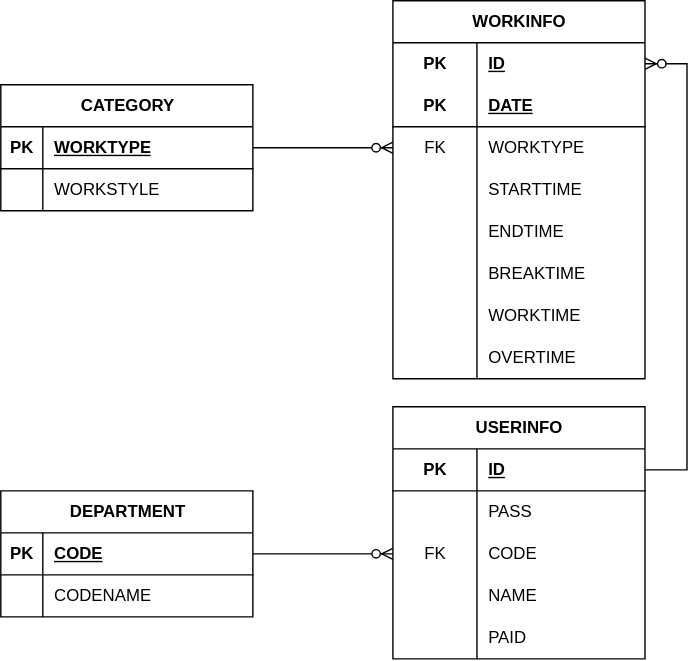
Before: 02_基本設計/ER.drawio.svg, a diagram exported from draw.io (ICT-Training-2026/team-project-15). Source tidied: cells renumbered, new cells last; positions are measured from the earlier drawing's top-left corner, leaving out a move shared by most shapes. Source of this version:
```xml
<mxGraphModel>
  <root>
    <mxCell id="0" />
    <mxCell id="1" parent="0" />
    <mxCell id="2" style="group;" parent="1" vertex="1">
      <mxGeometry width="460" height="440" as="geometry" />
    </mxCell>
    <mxCell id="3" value="CATEGORY" style="shape=table;startSize=30;rowLines=0;fontStyle=1;align=center;html=1;" parent="2" vertex="1">
      <mxGeometry y="60" width="180" height="90" as="geometry" />
    </mxCell>
    <mxCell id="4" style="shape=tableRow;horizontal=0;startSize=0;swimlaneHead=0;swimlaneBody=0;fillColor=none;points=[[0,0.5],[1,0.5]];portConstraint=eastwest;top=0;left=0;right=0;bottom=1;" parent="3" vertex="1">
      <mxGeometry y="30" width="180" height="30" as="geometry" />
    </mxCell>
    <mxCell id="5" value="PK" style="shape=partialRectangle;fillColor=none;top=0;left=0;bottom=0;right=0;fontStyle=1;overflow=hidden;whiteSpace=wrap;html=1;" parent="4" vertex="1">
      <mxGeometry width="30" height="30" as="geometry" />
    </mxCell>
    <mxCell id="6" value="WORKTYPE" style="shape=partialRectangle;fillColor=none;top=0;left=0;bottom=0;right=0;align=left;spacingLeft=6;fontStyle=5;overflow=hidden;whiteSpace=wrap;html=1;" parent="4" vertex="1">
      <mxGeometry x="30" width="150" height="30" as="geometry" />
    </mxCell>
    <mxCell id="7" style="shape=tableRow;horizontal=0;startSize=0;swimlaneHead=0;swimlaneBody=0;fillColor=none;top=0;left=0;right=0;bottom=0;" parent="3" vertex="1">
      <mxGeometry y="60" width="180" height="30" as="geometry" />
    </mxCell>
    <mxCell id="8" style="shape=partialRectangle;fillColor=none;top=0;left=0;bottom=0;right=0;overflow=hidden;whiteSpace=wrap;html=1;" parent="7" vertex="1">
      <mxGeometry width="30" height="30" as="geometry" />
    </mxCell>
    <mxCell id="9" value="WORKSTYLE" style="shape=partialRectangle;fillColor=none;top=0;left=0;bottom=0;right=0;align=left;spacingLeft=6;overflow=hidden;whiteSpace=wrap;html=1;" parent="7" vertex="1">
      <mxGeometry x="30" width="150" height="30" as="geometry" />
    </mxCell>
    <mxCell id="10" value="WORKINFO" style="shape=table;startSize=30;rowLines=0;fontStyle=1;align=center;html=1;whiteSpace=wrap;" parent="2" vertex="1">
      <mxGeometry x="280" width="180" height="270" as="geometry" />
    </mxCell>
    <mxCell id="11" style="shape=tableRow;horizontal=0;startSize=0;swimlaneHead=0;swimlaneBody=0;fillColor=none;points=[[0,0.5],[1,0.5]];portConstraint=eastwest;top=0;left=0;right=0;bottom=0;html=1;" parent="10" vertex="1">
      <mxGeometry y="30" width="180" height="30" as="geometry" />
    </mxCell>
    <mxCell id="12" value="PK" style="shape=partialRectangle;fillColor=none;top=0;left=0;bottom=0;right=0;fontStyle=1;overflow=hidden;html=1;whiteSpace=wrap;" parent="11" vertex="1">
      <mxGeometry width="60" height="30" as="geometry" />
    </mxCell>
    <mxCell id="13" value="ID" style="shape=partialRectangle;fillColor=none;top=0;left=0;bottom=0;right=0;align=left;spacingLeft=6;fontStyle=5;overflow=hidden;html=1;whiteSpace=wrap;" parent="11" vertex="1">
      <mxGeometry x="60" width="120" height="30" as="geometry" />
    </mxCell>
    <mxCell id="14" style="shape=tableRow;horizontal=0;startSize=0;swimlaneHead=0;swimlaneBody=0;fillColor=none;top=0;left=0;right=0;bottom=1;html=1;" parent="10" vertex="1">
      <mxGeometry y="60" width="180" height="30" as="geometry" />
    </mxCell>
    <mxCell id="15" value="PK" style="shape=partialRectangle;fillColor=none;top=0;left=0;bottom=0;right=0;fontStyle=1;overflow=hidden;html=1;whiteSpace=wrap;" parent="14" vertex="1">
      <mxGeometry width="60" height="30" as="geometry" />
    </mxCell>
    <mxCell id="16" value="DATE" style="shape=partialRectangle;fillColor=none;top=0;left=0;bottom=0;right=0;align=left;spacingLeft=6;fontStyle=5;overflow=hidden;html=1;whiteSpace=wrap;" parent="14" vertex="1">
      <mxGeometry x="60" width="120" height="30" as="geometry" />
    </mxCell>
    <mxCell id="17" style="shape=tableRow;horizontal=0;startSize=0;swimlaneHead=0;swimlaneBody=0;fillColor=none;points=[[0,0.5],[1,0.5]];portConstraint=eastwest;top=0;left=0;right=0;bottom=0;html=1;" parent="10" vertex="1">
      <mxGeometry y="90" width="180" height="30" as="geometry" />
    </mxCell>
    <mxCell id="18" value="FK" style="shape=partialRectangle;fillColor=none;top=0;left=0;bottom=0;right=0;overflow=hidden;html=1;whiteSpace=wrap;" parent="17" vertex="1">
      <mxGeometry width="60" height="30" as="geometry" />
    </mxCell>
    <mxCell id="19" value="WORKTYPE" style="shape=partialRectangle;fillColor=none;top=0;left=0;bottom=0;right=0;align=left;spacingLeft=6;overflow=hidden;html=1;whiteSpace=wrap;" parent="17" vertex="1">
      <mxGeometry x="60" width="120" height="30" as="geometry" />
    </mxCell>
    <mxCell id="20" style="shape=tableRow;horizontal=0;startSize=0;swimlaneHead=0;swimlaneBody=0;fillColor=none;top=0;left=0;right=0;bottom=0;html=1;" parent="10" vertex="1">
      <mxGeometry y="120" width="180" height="30" as="geometry" />
    </mxCell>
    <mxCell id="21" style="shape=partialRectangle;fillColor=none;top=0;left=0;bottom=0;right=0;overflow=hidden;html=1;whiteSpace=wrap;" parent="20" vertex="1">
      <mxGeometry width="60" height="30" as="geometry" />
    </mxCell>
    <mxCell id="22" value="STARTTIME" style="shape=partialRectangle;fillColor=none;top=0;left=0;bottom=0;right=0;align=left;spacingLeft=6;overflow=hidden;html=1;whiteSpace=wrap;" parent="20" vertex="1">
      <mxGeometry x="60" width="120" height="30" as="geometry" />
    </mxCell>
    <mxCell id="23" style="shape=tableRow;horizontal=0;startSize=0;swimlaneHead=0;swimlaneBody=0;fillColor=none;top=0;left=0;right=0;bottom=0;html=1;" parent="10" vertex="1">
      <mxGeometry y="150" width="180" height="30" as="geometry" />
    </mxCell>
    <mxCell id="24" style="shape=partialRectangle;fillColor=none;top=0;left=0;bottom=0;right=0;overflow=hidden;html=1;whiteSpace=wrap;" parent="23" vertex="1">
      <mxGeometry width="60" height="30" as="geometry" />
    </mxCell>
    <mxCell id="25" value="ENDTIME" style="shape=partialRectangle;fillColor=none;top=0;left=0;bottom=0;right=0;align=left;spacingLeft=6;overflow=hidden;html=1;whiteSpace=wrap;" parent="23" vertex="1">
      <mxGeometry x="60" width="120" height="30" as="geometry" />
    </mxCell>
    <mxCell id="26" style="shape=tableRow;horizontal=0;startSize=0;swimlaneHead=0;swimlaneBody=0;fillColor=none;top=0;left=0;right=0;bottom=0;html=1;" parent="10" vertex="1">
      <mxGeometry y="180" width="180" height="30" as="geometry" />
    </mxCell>
    <mxCell id="27" style="shape=partialRectangle;fillColor=none;top=0;left=0;bottom=0;right=0;overflow=hidden;html=1;whiteSpace=wrap;" parent="26" vertex="1">
      <mxGeometry width="60" height="30" as="geometry" />
    </mxCell>
    <mxCell id="28" value="BREAKTIME" style="shape=partialRectangle;fillColor=none;top=0;left=0;bottom=0;right=0;align=left;spacingLeft=6;overflow=hidden;html=1;whiteSpace=wrap;" parent="26" vertex="1">
      <mxGeometry x="60" width="120" height="30" as="geometry" />
    </mxCell>
    <mxCell id="29" style="shape=tableRow;horizontal=0;startSize=0;swimlaneHead=0;swimlaneBody=0;fillColor=none;top=0;left=0;right=0;bottom=0;html=1;" parent="10" vertex="1">
      <mxGeometry y="210" width="180" height="30" as="geometry" />
    </mxCell>
    <mxCell id="30" style="shape=partialRectangle;fillColor=none;top=0;left=0;bottom=0;right=0;overflow=hidden;html=1;whiteSpace=wrap;" parent="29" vertex="1">
      <mxGeometry width="60" height="30" as="geometry" />
    </mxCell>
    <mxCell id="31" value="WORKTIME" style="shape=partialRectangle;fillColor=none;top=0;left=0;bottom=0;right=0;align=left;spacingLeft=6;overflow=hidden;html=1;whiteSpace=wrap;" parent="29" vertex="1">
      <mxGeometry x="60" width="120" height="30" as="geometry" />
    </mxCell>
    <mxCell id="32" style="shape=tableRow;horizontal=0;startSize=0;swimlaneHead=0;swimlaneBody=0;fillColor=none;top=0;left=0;right=0;bottom=0;html=1;" parent="10" vertex="1">
      <mxGeometry y="240" width="180" height="30" as="geometry" />
    </mxCell>
    <mxCell id="33" style="shape=partialRectangle;fillColor=none;top=0;left=0;bottom=0;right=0;overflow=hidden;html=1;whiteSpace=wrap;" parent="32" vertex="1">
      <mxGeometry width="60" height="30" as="geometry" />
    </mxCell>
    <mxCell id="34" value="OVERTIME" style="shape=partialRectangle;fillColor=none;top=0;left=0;bottom=0;right=0;align=left;spacingLeft=6;overflow=hidden;html=1;whiteSpace=wrap;" parent="32" vertex="1">
      <mxGeometry x="60" width="120" height="30" as="geometry" />
    </mxCell>
    <mxCell id="35" value="DEPARTMENT" style="shape=table;startSize=30;rowLines=0;fontStyle=1;align=center;html=1;" parent="2" vertex="1">
      <mxGeometry y="350" width="180" height="90" as="geometry" />
    </mxCell>
    <mxCell id="36" style="shape=tableRow;horizontal=0;startSize=0;swimlaneHead=0;swimlaneBody=0;fillColor=none;top=0;left=0;right=0;bottom=1;" parent="35" vertex="1">
      <mxGeometry y="30" width="180" height="30" as="geometry" />
    </mxCell>
    <mxCell id="37" value="PK" style="shape=partialRectangle;fillColor=none;top=0;left=0;bottom=0;right=0;fontStyle=1;overflow=hidden;whiteSpace=wrap;html=1;" parent="36" vertex="1">
      <mxGeometry width="30" height="30" as="geometry" />
    </mxCell>
    <mxCell id="38" value="CODE" style="shape=partialRectangle;fillColor=none;top=0;left=0;bottom=0;right=0;align=left;spacingLeft=6;fontStyle=5;overflow=hidden;whiteSpace=wrap;html=1;" parent="36" vertex="1">
      <mxGeometry x="30" width="150" height="30" as="geometry" />
    </mxCell>
    <mxCell id="39" style="shape=tableRow;horizontal=0;startSize=0;swimlaneHead=0;swimlaneBody=0;fillColor=none;top=0;left=0;right=0;bottom=0;" parent="35" vertex="1">
      <mxGeometry y="60" width="180" height="30" as="geometry" />
    </mxCell>
    <mxCell id="40" style="shape=partialRectangle;fillColor=none;top=0;left=0;bottom=0;right=0;overflow=hidden;whiteSpace=wrap;html=1;" parent="39" vertex="1">
      <mxGeometry width="30" height="30" as="geometry" />
    </mxCell>
    <mxCell id="41" value="CODENAME" style="shape=partialRectangle;fillColor=none;top=0;left=0;bottom=0;right=0;align=left;spacingLeft=6;overflow=hidden;whiteSpace=wrap;html=1;" parent="39" vertex="1">
      <mxGeometry x="30" width="150" height="30" as="geometry" />
    </mxCell>
    <mxCell id="42" value="USERINFO" style="shape=table;startSize=30;rowLines=0;fontStyle=1;align=center;html=1;whiteSpace=wrap;" parent="2" vertex="1">
      <mxGeometry x="280" y="290" width="180" height="180" as="geometry" />
    </mxCell>
    <mxCell id="43" style="shape=tableRow;horizontal=0;startSize=0;swimlaneHead=0;swimlaneBody=0;fillColor=none;points=[[0,0.5],[1,0.5]];portConstraint=eastwest;top=0;left=0;right=0;bottom=1;html=1;" parent="42" vertex="1">
      <mxGeometry y="30" width="180" height="30" as="geometry" />
    </mxCell>
    <mxCell id="44" value="PK" style="shape=partialRectangle;fillColor=none;top=0;left=0;bottom=0;right=0;fontStyle=1;overflow=hidden;html=1;whiteSpace=wrap;" parent="43" vertex="1">
      <mxGeometry width="60" height="30" as="geometry" />
    </mxCell>
    <mxCell id="45" value="ID" style="shape=partialRectangle;fillColor=none;top=0;left=0;bottom=0;right=0;align=left;spacingLeft=6;fontStyle=5;overflow=hidden;html=1;whiteSpace=wrap;" parent="43" vertex="1">
      <mxGeometry x="60" width="120" height="30" as="geometry" />
    </mxCell>
    <mxCell id="46" style="shape=tableRow;horizontal=0;startSize=0;swimlaneHead=0;swimlaneBody=0;fillColor=none;top=0;left=0;right=0;bottom=0;html=1;" parent="42" vertex="1">
      <mxGeometry y="60" width="180" height="30" as="geometry" />
    </mxCell>
    <mxCell id="47" style="shape=partialRectangle;fillColor=none;top=0;left=0;bottom=0;right=0;overflow=hidden;html=1;whiteSpace=wrap;" parent="46" vertex="1">
      <mxGeometry width="60" height="30" as="geometry" />
    </mxCell>
    <mxCell id="48" value="PASS" style="shape=partialRectangle;fillColor=none;top=0;left=0;bottom=0;right=0;align=left;spacingLeft=6;overflow=hidden;html=1;whiteSpace=wrap;" parent="46" vertex="1">
      <mxGeometry x="60" width="120" height="30" as="geometry" />
    </mxCell>
    <mxCell id="49" style="shape=tableRow;horizontal=0;startSize=0;swimlaneHead=0;swimlaneBody=0;fillColor=none;points=[[0,0.5],[1,0.5]];portConstraint=eastwest;top=0;left=0;right=0;bottom=0;html=1;" parent="42" vertex="1">
      <mxGeometry y="90" width="180" height="30" as="geometry" />
    </mxCell>
    <mxCell id="50" value="FK" style="shape=partialRectangle;fillColor=none;top=0;left=0;bottom=0;right=0;overflow=hidden;html=1;whiteSpace=wrap;" parent="49" vertex="1">
      <mxGeometry width="60" height="30" as="geometry" />
    </mxCell>
    <mxCell id="51" value="CODE" style="shape=partialRectangle;fillColor=none;top=0;left=0;bottom=0;right=0;align=left;spacingLeft=6;overflow=hidden;html=1;whiteSpace=wrap;" parent="49" vertex="1">
      <mxGeometry x="60" width="120" height="30" as="geometry" />
    </mxCell>
    <mxCell id="52" style="shape=tableRow;horizontal=0;startSize=0;swimlaneHead=0;swimlaneBody=0;fillColor=none;top=0;left=0;right=0;bottom=0;html=1;" parent="42" vertex="1">
      <mxGeometry y="120" width="180" height="30" as="geometry" />
    </mxCell>
    <mxCell id="53" style="shape=partialRectangle;fillColor=none;top=0;left=0;bottom=0;right=0;overflow=hidden;html=1;whiteSpace=wrap;" parent="52" vertex="1">
      <mxGeometry width="60" height="30" as="geometry" />
    </mxCell>
    <mxCell id="54" value="NAME" style="shape=partialRectangle;fillColor=none;top=0;left=0;bottom=0;right=0;align=left;spacingLeft=6;overflow=hidden;html=1;whiteSpace=wrap;" parent="52" vertex="1">
      <mxGeometry x="60" width="120" height="30" as="geometry" />
    </mxCell>
    <mxCell id="55" style="shape=tableRow;horizontal=0;startSize=0;swimlaneHead=0;swimlaneBody=0;fillColor=none;top=0;left=0;right=0;bottom=0;html=1;" parent="42" vertex="1">
      <mxGeometry y="150" width="180" height="30" as="geometry" />
    </mxCell>
    <mxCell id="56" style="shape=partialRectangle;fillColor=none;top=0;left=0;bottom=0;right=0;overflow=hidden;html=1;whiteSpace=wrap;" parent="55" vertex="1">
      <mxGeometry width="60" height="30" as="geometry" />
    </mxCell>
    <mxCell id="57" value="PAID" style="shape=partialRectangle;fillColor=none;top=0;left=0;bottom=0;right=0;align=left;spacingLeft=6;overflow=hidden;html=1;whiteSpace=wrap;" parent="55" vertex="1">
      <mxGeometry x="60" width="120" height="30" as="geometry" />
    </mxCell>
    <mxCell id="58" style="edgeStyle=entityRelationEdgeStyle;fontSize=12;html=1;endArrow=ERzeroToMany;endFill=1;rounded=0;exitX=1;exitY=0.5;exitDx=0;exitDy=0;entryX=0;entryY=0.5;entryDx=0;entryDy=0;" parent="2" edge="1" source="35" target="49">
      <mxGeometry relative="1" as="geometry" />
    </mxCell>
    <mxCell id="59" style="edgeStyle=entityRelationEdgeStyle;fontSize=12;html=1;endArrow=ERzeroToMany;endFill=1;rounded=0;exitX=1;exitY=0.5;exitDx=0;exitDy=0;entryX=0;entryY=0.5;entryDx=0;entryDy=0;" parent="2" edge="1" source="4" target="17">
      <mxGeometry relative="1" as="geometry" />
    </mxCell>
    <mxCell id="60" style="edgeStyle=entityRelationEdgeStyle;fontSize=12;html=1;endArrow=ERzeroToMany;endFill=1;rounded=0;exitX=1;exitY=0.5;exitDx=0;exitDy=0;entryX=1;entryY=0.5;entryDx=0;entryDy=0;" parent="2" edge="1" source="43" target="11">
      <mxGeometry relative="1" as="geometry" />
    </mxCell>
  </root>
</mxGraphModel>
```
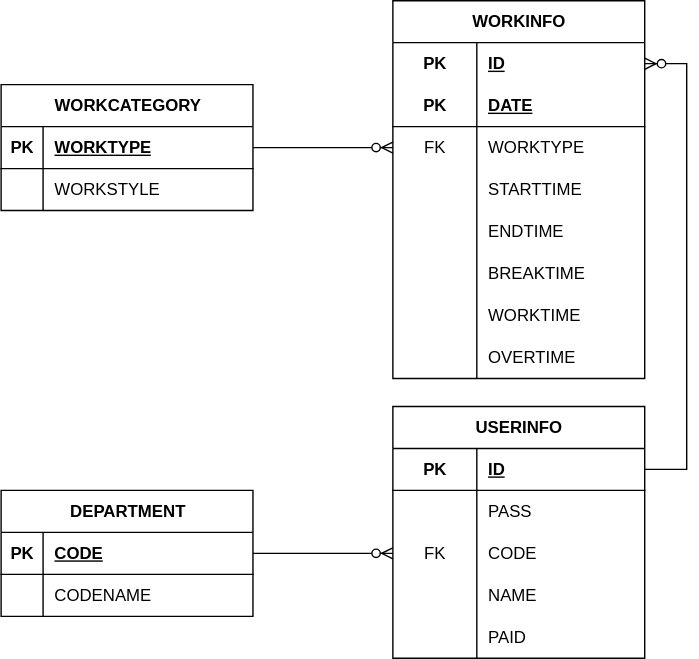
The same file after the commit.

What changed in the source:
```diff
@@ -5,7 +5,7 @@
     <mxCell id="2" style="group;" parent="1" vertex="1">
       <mxGeometry width="460" height="440" as="geometry" />
     </mxCell>
-    <mxCell id="3" value="CATEGORY" style="shape=table;startSize=30;rowLines=0;fontStyle=1;align=center;html=1;" parent="2" vertex="1">
+    <mxCell id="3" value="WORKCATEGORY" style="shape=table;startSize=30;rowLines=0;fontStyle=1;align=center;html=1;" parent="2" vertex="1">
       <mxGeometry y="60" width="180" height="90" as="geometry" />
     </mxCell>
     <mxCell id="4" style="shape=tableRow;horizontal=0;startSize=0;swimlaneHead=0;swimlaneBody=0;fillColor=none;points=[[0,0.5],[1,0.5]];portConstraint=eastwest;top=0;left=0;right=0;bottom=1;" parent="3" vertex="1">
```
